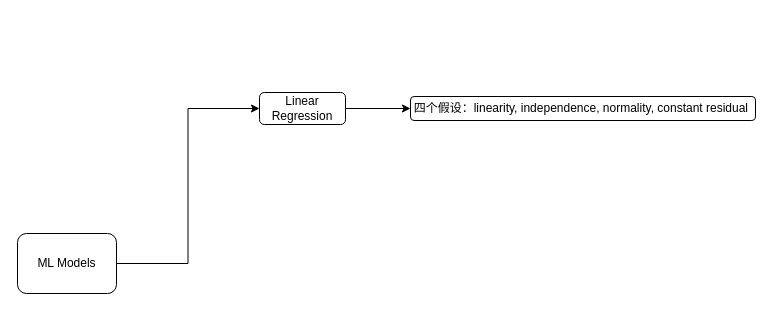
XDNG2024/Exercises keeps this draw.io diagram as Untitled Diagram.drawio. Above is the earlier version. Source tidied: cells renumbered, new cells numbered last; positions are measured from the earlier drawing's top-left corner, leaving out a move shared by most shapes. Both pictures are drawn from the tidied source at 100%, with x=0, y=0 at pixel (17, 92).
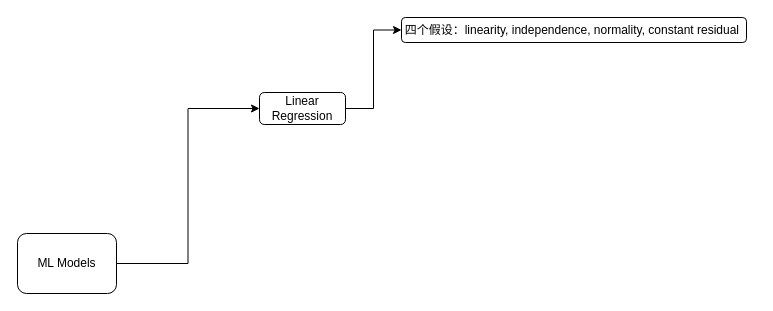
The same diagram, later.

Diff of the diagram source:
```diff
@@
 <mxGraphModel>
   <root>
     <mxCell id="0" />
     <mxCell id="1" parent="0" />
     <mxCell id="2" style="edgeStyle=orthogonalEdgeStyle;rounded=0;jettySize=auto;html=1;entryX=0;entryY=0.5;entryDx=0;entryDy=0;" parent="1" edge="1" source="3" target="5">
       <mxGeometry relative="1" as="geometry" />
     </mxCell>
     <mxCell id="3" value="ML Models" style="rounded=1;whiteSpace=wrap;html=1;" parent="1" vertex="1">
       <mxGeometry y="141" width="99" height="60" as="geometry" />
     </mxCell>
-    <mxCell id="4" style="edgeStyle=orthogonalEdgeStyle;rounded=0;jettySize=auto;html=1;" parent="1" edge="1" source="5" target="6">
+    <mxCell id="4" style="edgeStyle=orthogonalEdgeStyle;rounded=0;jettySize=auto;html=1;entryX=0;entryY=0.5;entryDx=0;entryDy=0;" parent="1" edge="1" source="5" target="6">
       <mxGeometry relative="1" as="geometry" />
     </mxCell>
     <mxCell id="5" value="Linear Regression" style="rounded=1;whiteSpace=wrap;html=1;" parent="1" vertex="1">
       <mxGeometry x="242" width="86" height="32" as="geometry" />
     </mxCell>
     <mxCell id="6" value="四个假设：linearity, independence, normality, constant&amp;nbsp;residual&amp;nbsp;" style="whiteSpace=wrap;html=1;rounded=1;" parent="1" vertex="1">
-      <mxGeometry x="393" y="4" width="345" height="24" as="geometry" />
+      <mxGeometry x="384" y="-75" width="345" height="25" as="geometry" />
     </mxCell>
   </root>
 </mxGraphModel>
```
